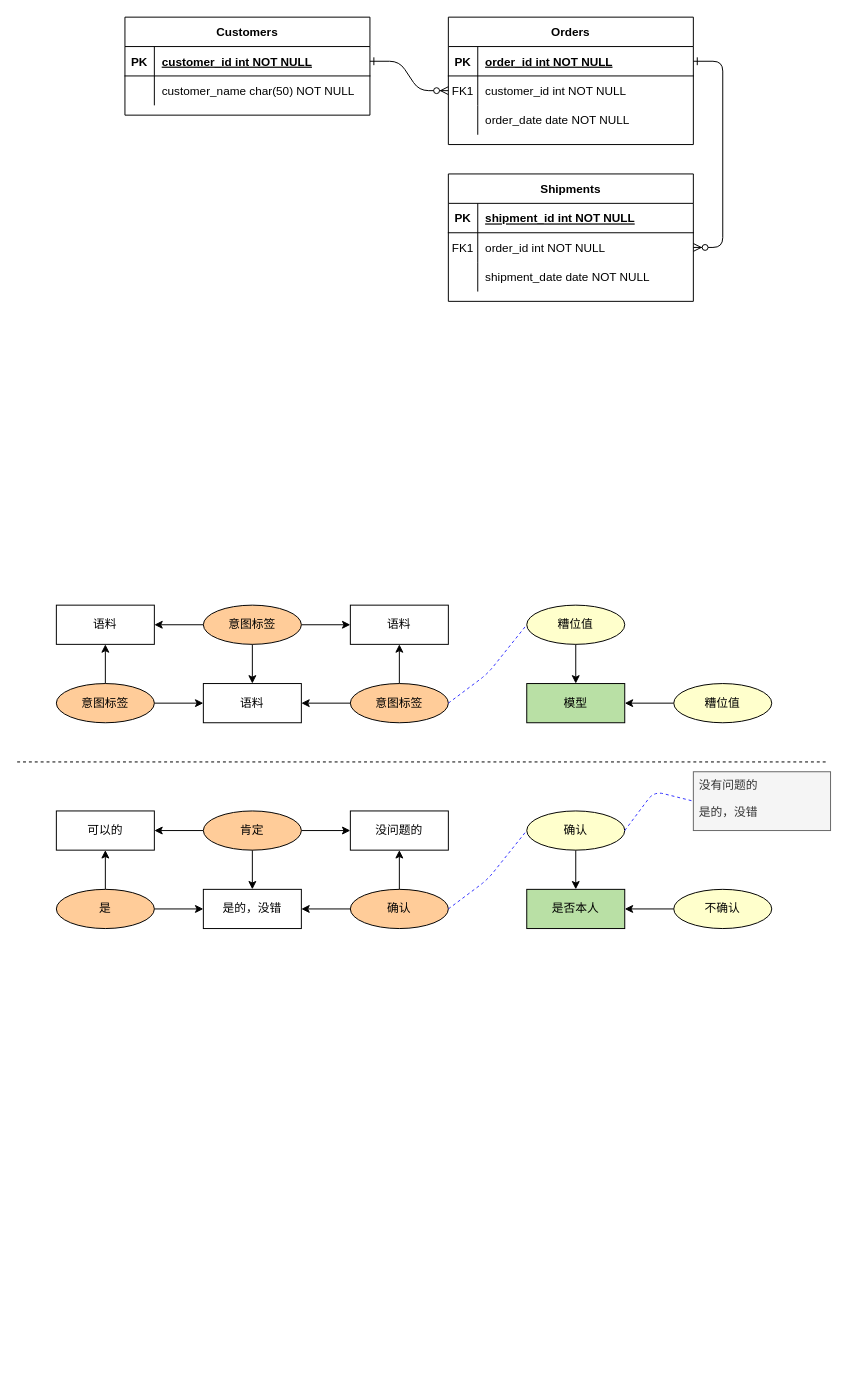
trey03/draw keeps this draw.io diagram as 实体.drawio. Above is the earlier version. Source tidied: cells renumbered, new cells numbered last; positions are measured from the earlier drawing's top-left corner, leaving out a move shared by most shapes. Both pictures are drawn from the tidied source at 98%, with x=0, y=0 at pixel (17, 17).
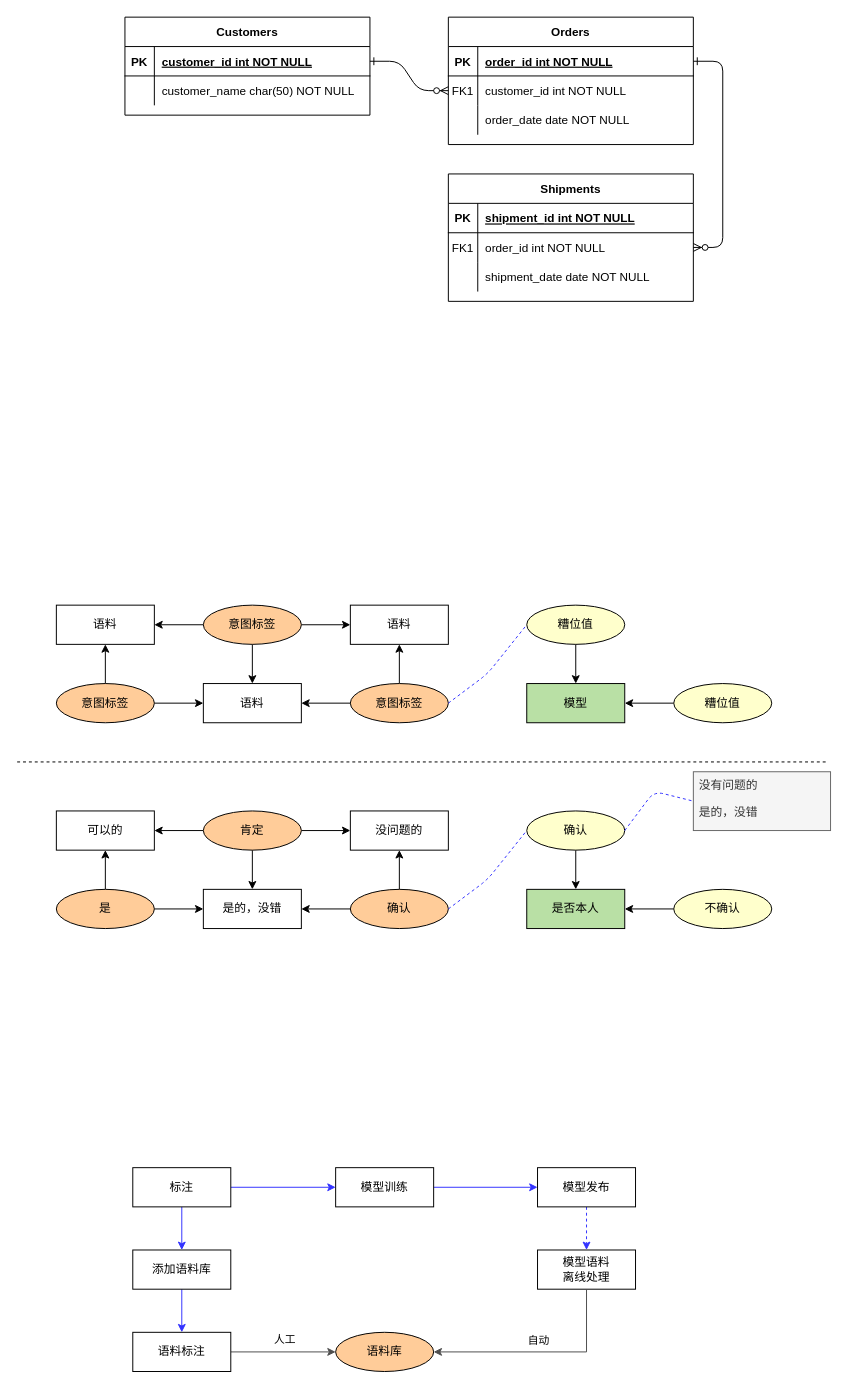
The same page after the edit.

The edit, as a diff of the source:
```diff
@@
+    <mxCell id="72" style="edgeStyle=orthogonalEdgeStyle;rounded=0;jettySize=auto;html=1;strokeColor=#3333FF;" parent="1" edge="1" source="74" target="76">
+      <mxGeometry relative="1" as="geometry" />
+    </mxCell>
+    <mxCell id="73" style="edgeStyle=orthogonalEdgeStyle;rounded=0;jettySize=auto;html=1;strokeColor=#3333FF;" parent="1" edge="1" source="74" target="80">
+      <mxGeometry relative="1" as="geometry" />
+    </mxCell>
+    <mxCell id="74" value="标注" style="whiteSpace=wrap;html=1;align=center;" parent="1" vertex="1">
+      <mxGeometry x="118" y="1174" width="100" height="40" as="geometry" />
+    </mxCell>
+    <mxCell id="75" style="edgeStyle=orthogonalEdgeStyle;rounded=0;jettySize=auto;html=1;strokeColor=#3333FF;" parent="1" edge="1" source="76" target="78">
+      <mxGeometry relative="1" as="geometry" />
+    </mxCell>
+    <mxCell id="76" value="模型训练" style="whiteSpace=wrap;html=1;align=center;" parent="1" vertex="1">
+      <mxGeometry x="325" y="1174" width="100" height="40" as="geometry" />
+    </mxCell>
+    <mxCell id="77" style="edgeStyle=orthogonalEdgeStyle;rounded=0;jettySize=auto;html=1;strokeColor=#3333FF;dashed=1;" parent="1" edge="1" source="78" target="85">
+      <mxGeometry relative="1" as="geometry" />
+    </mxCell>
+    <mxCell id="78" value="模型发布" style="whiteSpace=wrap;html=1;align=center;" parent="1" vertex="1">
+      <mxGeometry x="531" y="1174" width="100" height="40" as="geometry" />
+    </mxCell>
+    <mxCell id="79" style="edgeStyle=orthogonalEdgeStyle;rounded=0;jettySize=auto;html=1;strokeColor=#3333FF;" parent="1" edge="1" source="80" target="83">
+      <mxGeometry relative="1" as="geometry" />
+    </mxCell>
+    <mxCell id="80" value="添加语料库" style="whiteSpace=wrap;html=1;align=center;" parent="1" vertex="1">
+      <mxGeometry x="118" y="1258" width="100" height="40" as="geometry" />
+    </mxCell>
+    <mxCell id="81" style="edgeStyle=orthogonalEdgeStyle;rounded=0;jettySize=auto;html=1;strokeColor=#4D4D4D;" parent="1" edge="1" source="83" target="84">
+      <mxGeometry relative="1" as="geometry" />
+    </mxCell>
+    <mxCell id="82" value="人工" style="edgeLabel;html=1;align=center;verticalAlign=middle;" parent="81" vertex="1">
+      <mxGeometry x="-0.03" y="-2" relative="1" as="geometry">
+        <mxPoint x="2" y="-16" as="offset" />
+      </mxGeometry>
+    </mxCell>
+    <mxCell id="83" value="语料标注" style="whiteSpace=wrap;html=1;align=center;" parent="1" vertex="1">
+      <mxGeometry x="118" y="1342" width="100" height="40" as="geometry" />
+    </mxCell>
+    <mxCell id="84" value="语料库" style="ellipse;whiteSpace=wrap;html=1;align=center;fillColor=#FFCC99;" parent="1" vertex="1">
+      <mxGeometry x="325" y="1342" width="100" height="40" as="geometry" />
+    </mxCell>
+    <mxCell id="85" value="模型语料&lt;br&gt;离线处理" style="whiteSpace=wrap;html=1;align=center;" parent="1" vertex="1">
+      <mxGeometry x="531" y="1258" width="100" height="40" as="geometry" />
+    </mxCell>
+    <mxCell id="86" style="edgeStyle=orthogonalEdgeStyle;rounded=0;jettySize=auto;html=1;exitX=0.5;exitY=1;exitDx=0;exitDy=0;entryX=1;entryY=0.5;entryDx=0;entryDy=0;strokeColor=#4D4D4D;" parent="1" edge="1" source="85" target="84">
+      <mxGeometry relative="1" as="geometry" />
+    </mxCell>
+    <mxCell id="87" value="自动" style="edgeLabel;html=1;align=center;verticalAlign=middle;" parent="86" vertex="1">
+      <mxGeometry x="0.02" y="1" relative="1" as="geometry">
+        <mxPoint x="-2" y="-14" as="offset" />
+      </mxGeometry>
+    </mxCell>
```
